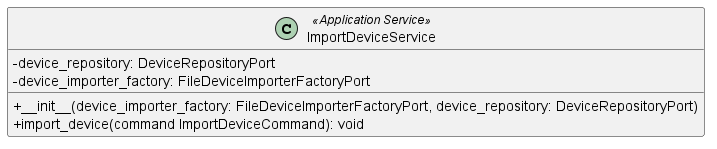
Above: src/PB/DocumentazioneEsterna/Specifica_Tecnica/content/05-diagrammi-classi/uml/png/ImportDevice/ImportDeviceService.png in GroupRubberDuck/Documentazione (PlantUML), before the change. Source of this version:
```plantuml
@startuml ImportDeviceService
skinparam classAttributeIconSize 0
class ImportDeviceService <<Application Service>> {
    - device_repository: DeviceRepositoryPort
    - device_importer_factory: FileDeviceImporterFactoryPort
    + __init__(device_importer_factory: FileDeviceImporterFactoryPort, device_repository: DeviceRepositoryPort)
    + import_device(command ImportDeviceCommand): void
}

@enduml
```
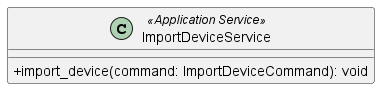
The same file after the commit.

What changed in the source:
```diff
@@ -1,10 +1,8 @@
 @startuml ImportDeviceService
 skinparam classAttributeIconSize 0
+
 class ImportDeviceService <<Application Service>> {
-    - device_repository: DeviceRepositoryPort
-    - device_importer_factory: FileDeviceImporterFactoryPort
-    + __init__(device_importer_factory: FileDeviceImporterFactoryPort, device_repository: DeviceRepositoryPort)
-    + import_device(command ImportDeviceCommand): void
+    + import_device(command: ImportDeviceCommand): void
 }
 
 @enduml
```
